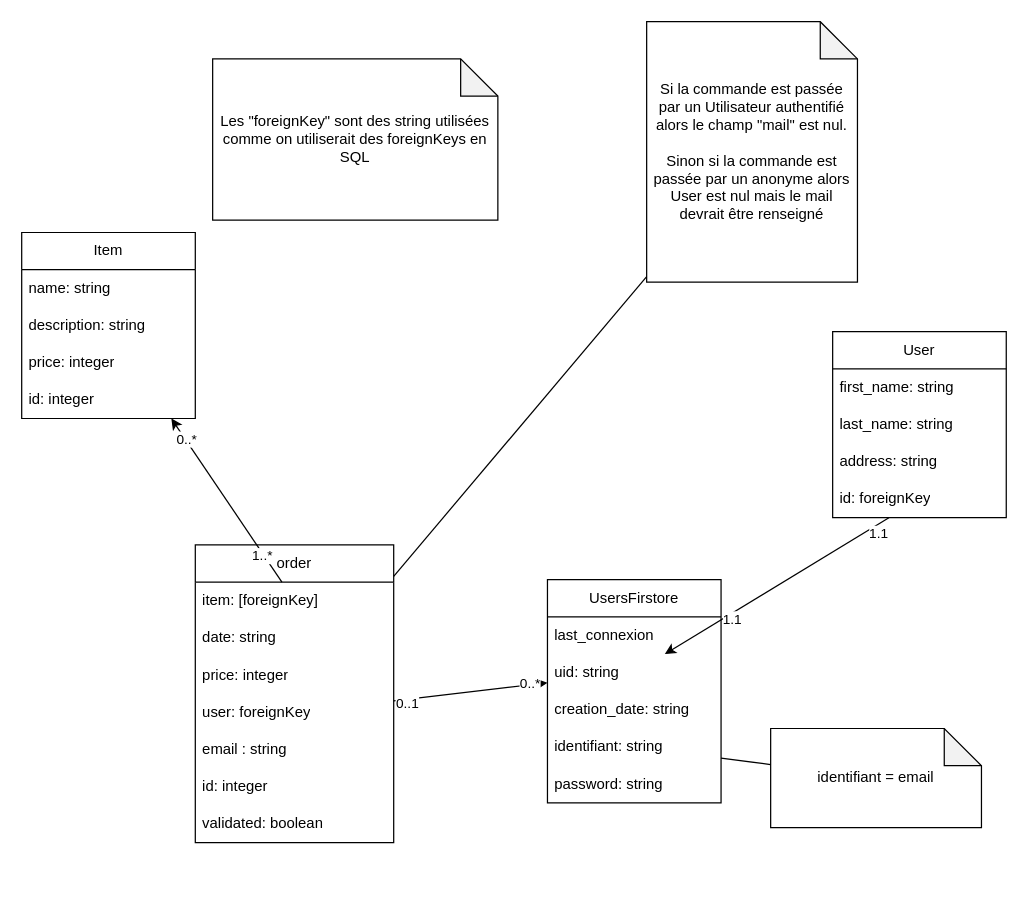
Earlier version of the draw.io diagram mdd.drawio (LouisMaupas/ecom). Source tidied: cells renumbered, new cells numbered last; positions are measured from the earlier drawing's top-left corner, leaving out a move shared by most shapes. Both pictures are drawn from the tidied source at 124%, with x=0, y=0 at pixel (21, 21).
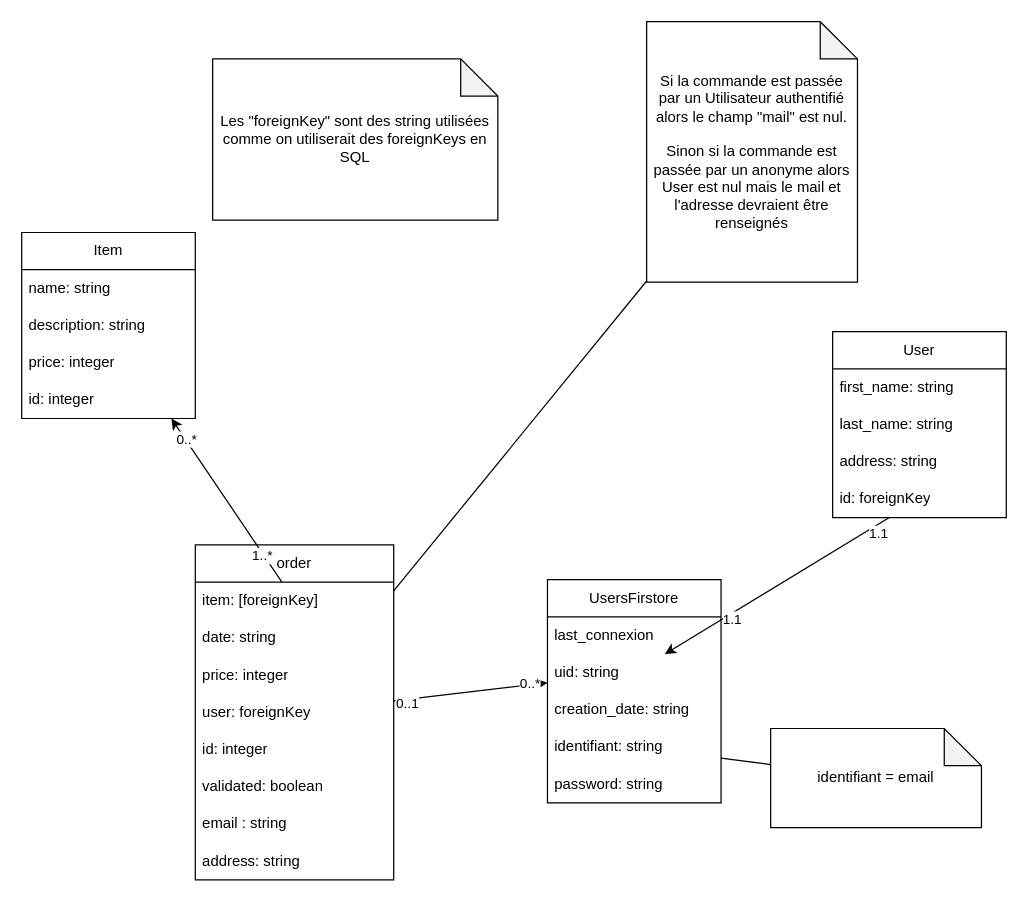
The same page after the edit.

The edit, as a diff of the source:
```diff
@@
     <mxCell id="12" value="order" style="swimlane;fontStyle=0;horizontal=1;startSize=30;whiteSpace=wrap;html=1;" parent="1" vertex="1">
-      <mxGeometry x="140" y="422" width="160" height="240" as="geometry" />
+      <mxGeometry x="140" y="422" width="160" height="270" as="geometry" />
     </mxCell>
@@
-    <mxCell id="17" value="email : string" style="text;strokeColor=none;fillColor=none;align=left;verticalAlign=middle;spacingLeft=4;spacingRight=4;overflow=hidden;whiteSpace=wrap;html=1;" parent="12" vertex="1">
-      <mxGeometry y="150" width="160" height="30" as="geometry" />
-    </mxCell>
     <mxCell id="18" value="id: integer" style="text;strokeColor=none;fillColor=none;align=left;verticalAlign=middle;spacingLeft=4;spacingRight=4;overflow=hidden;whiteSpace=wrap;html=1;" parent="12" vertex="1">
-      <mxGeometry y="180" width="160" height="30" as="geometry" />
+      <mxGeometry y="150" width="160" height="30" as="geometry" />
     </mxCell>
     <mxCell id="19" value="validated: boolean" style="text;strokeColor=none;fillColor=none;align=left;verticalAlign=middle;spacingLeft=4;spacingRight=4;overflow=hidden;whiteSpace=wrap;html=1;" parent="12" vertex="1">
-      <mxGeometry y="210" width="160" height="30" as="geometry" />
+      <mxGeometry y="180" width="160" height="30" as="geometry" />
     </mxCell>
+    <mxCell id="17" value="email : string" style="text;strokeColor=none;fillColor=none;align=left;verticalAlign=middle;spacingLeft=4;spacingRight=4;overflow=hidden;whiteSpace=wrap;html=1;" parent="12" vertex="1">
+      <mxGeometry y="210" width="160" height="30" as="geometry" />
+    </mxCell>
+    <mxCell id="40" value="address: string" style="text;strokeColor=none;fillColor=none;align=left;verticalAlign=middle;spacingLeft=4;spacingRight=4;overflow=hidden;whiteSpace=wrap;html=1;" parent="12" vertex="1">
+      <mxGeometry y="240" width="160" height="30" as="geometry" />
+    </mxCell>
-    <mxCell id="20" value="Si la commande est passée par un Utilisateur authentifié alors le champ &quot;mail&quot; est nul.&lt;br&gt;&amp;nbsp;&lt;br&gt;Sinon si la commande est passée par un anonyme alors User est nul mais le mail devrait être renseigné" style="shape=note;whiteSpace=wrap;html=1;backgroundOutline=1;darkOpacity=0.05;" parent="1" vertex="1">
+    <mxCell id="20" value="Si la commande est passée par un Utilisateur authentifié alors le champ &quot;mail&quot; est nul.&lt;br&gt;&amp;nbsp;&lt;br&gt;Sinon si la commande est passée par un anonyme alors User est nul mais le mail et l'adresse devraient être renseignés" style="shape=note;whiteSpace=wrap;html=1;backgroundOutline=1;darkOpacity=0.05;" parent="1" vertex="1">
       <mxGeometry x="504" width="170" height="210" as="geometry" />
     </mxCell>
```
